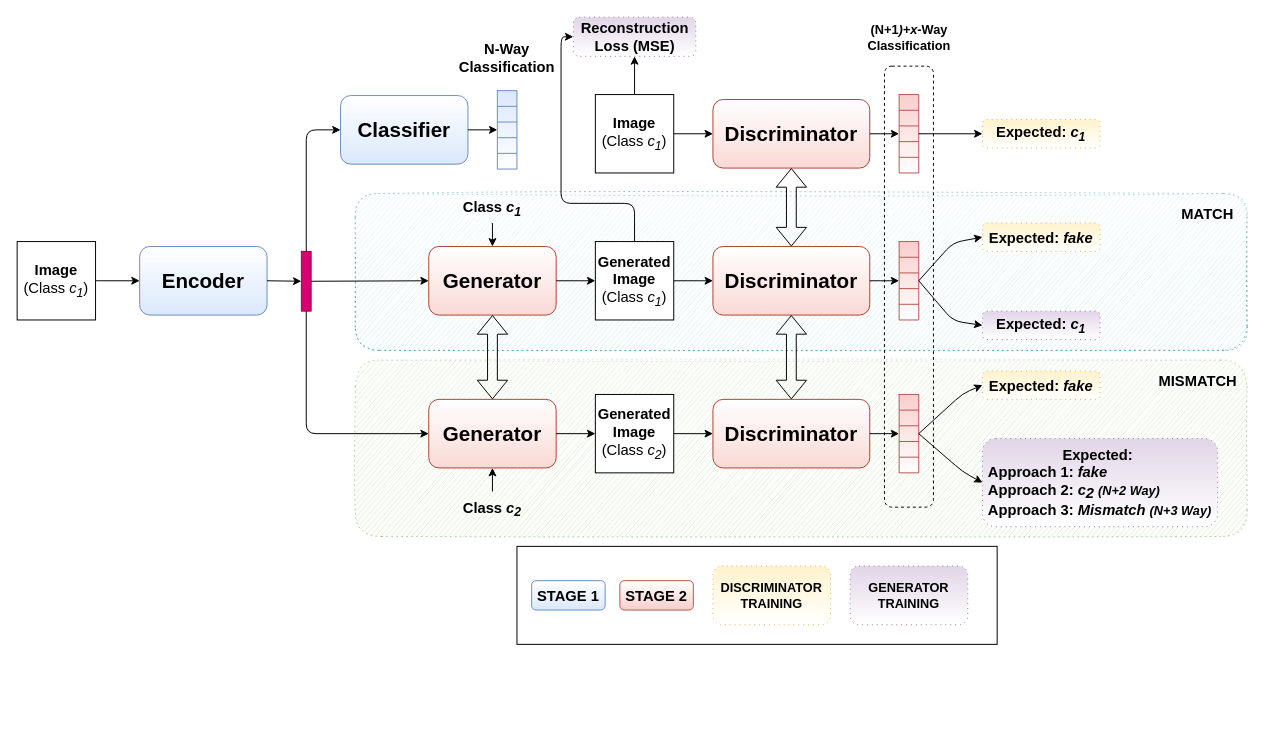
Above: draw/cGAN-OSR.drawio in pranavbudhwant/cGAN-OSR (draw.io), before the change. Source tidied: cells renumbered, new cells numbered last; positions are measured from the earlier drawing's top-left corner, leaving out a move shared by most shapes. Both pictures are drawn from the tidied source at 98%, with x=0, y=0 at pixel (17, 17).
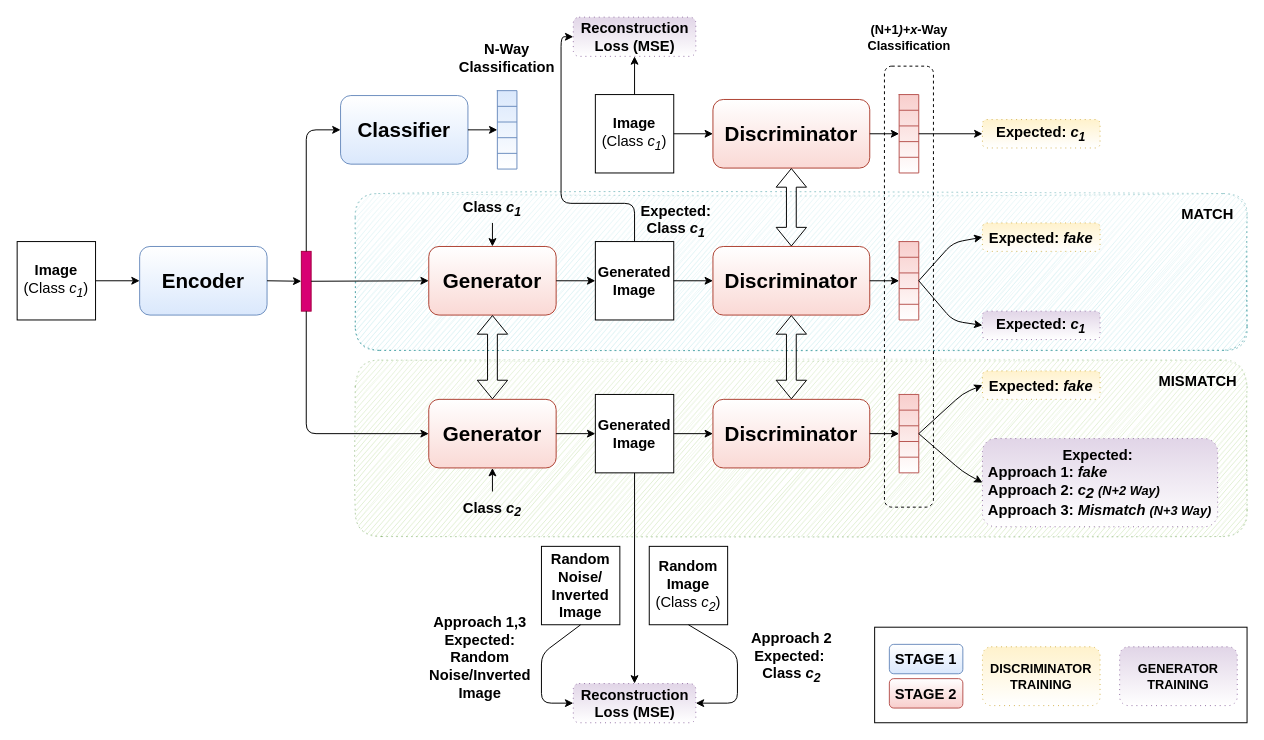
The same diagram, later.

Commit message (it also covers changes not shown here):
Updated cGAN-OSR figure

What changed in the source:
```diff
@@
     <mxCell id="2" style="rounded=0;whiteSpace=wrap;html=1;glass=0;gradientColor=none;" parent="1" vertex="1">
-      <mxGeometry x="510" y="540" width="490" height="100" as="geometry" />
+      <mxGeometry x="875" y="622.5" width="380" height="97.5" as="geometry" />
     </mxCell>
-    <mxCell id="3" style="rounded=1;whiteSpace=wrap;html=1;glass=1;dashed=1;dashPattern=1 4;opacity=20;sketch=1;fillColor=#60a917;strokeColor=#2D7600;fontColor=#ffffff;" parent="1" vertex="1">
+    <mxCell id="3" style="rounded=1;whiteSpace=wrap;html=1;glass=1;dashed=1;dashPattern=1 4;opacity=20;sketch=1;fillColor=#60a917;strokeColor=#2D7600;fontColor=#ffffff;comic=0;" parent="1" vertex="1">
       <mxGeometry x="345" y="350" width="910" height="180" as="geometry" />
     </mxCell>
-    <mxCell id="4" style="rounded=1;whiteSpace=wrap;html=1;dashed=1;dashPattern=1 4;fillColor=#b0e3e6;strokeColor=#0e8088;opacity=50;glass=1;sketch=1;" parent="1" vertex="1">
+    <mxCell id="4" style="rounded=1;whiteSpace=wrap;html=1;dashed=1;dashPattern=1 4;fillColor=#b0e3e6;strokeColor=#0e8088;opacity=50;glass=1;sketch=1;comic=0;" parent="1" vertex="1">
       <mxGeometry x="345" y="180" width="910" height="160" as="geometry" />
     </mxCell>
@@
+    <mxCell id="111" style="edgeStyle=orthogonalEdgeStyle;rounded=0;jettySize=auto;html=1;entryX=0.5;entryY=0;entryDx=0;entryDy=0;" parent="1" edge="1" source="18" target="113">
+      <mxGeometry relative="1" as="geometry" />
+    </mxCell>
-    <mxCell id="18" value="&lt;font style=&quot;font-size: 15px&quot;&gt;&lt;b&gt;Generated&lt;br&gt;Image&lt;/b&gt;&lt;br&gt;(Class &lt;i&gt;c&lt;sub&gt;2&lt;/sub&gt;&lt;/i&gt;)&lt;/font&gt;" style="whiteSpace=wrap;html=1;gradientDirection=east;gradientColor=#ffffff;" parent="1" vertex="1">
+    <mxCell id="18" value="&lt;font style=&quot;font-size: 15px&quot;&gt;&lt;b&gt;Generated&lt;br&gt;Image&lt;/b&gt;&lt;br&gt;&lt;/font&gt;" style="whiteSpace=wrap;html=1;gradientDirection=east;gradientColor=#ffffff;" parent="1" vertex="1">
       <mxGeometry x="590" y="385" width="80" height="80" as="geometry" />
     </mxCell>
@@
-    <mxCell id="29" value="&lt;font style=&quot;font-size: 15px&quot;&gt;&lt;b&gt;Generated&lt;br&gt;Image&lt;/b&gt;&lt;br&gt;(Class &lt;i&gt;c&lt;sub&gt;1&lt;/sub&gt;&lt;/i&gt;)&lt;/font&gt;" style="whiteSpace=wrap;html=1;gradientDirection=east;gradientColor=#ffffff;" parent="1" vertex="1">
+    <mxCell id="29" value="&lt;font style=&quot;font-size: 15px&quot;&gt;&lt;b&gt;Generated&lt;br&gt;Image&lt;/b&gt;&lt;br&gt;&lt;/font&gt;" style="whiteSpace=wrap;html=1;gradientDirection=east;gradientColor=#ffffff;" parent="1" vertex="1">
       <mxGeometry x="590" y="229" width="80" height="80" as="geometry" />
     </mxCell>
@@
     <mxCell id="102" value="&lt;font style=&quot;font-size: 15px&quot;&gt;&lt;b&gt;STAGE 1&lt;/b&gt;&lt;/font&gt;" style="rounded=1;whiteSpace=wrap;html=1;fillColor=#dae8fc;strokeColor=#6c8ebf;gradientDirection=north;gradientColor=#ffffff;" parent="1" vertex="1">
-      <mxGeometry x="525" y="575" width="75" height="30" as="geometry" />
+      <mxGeometry x="890" y="640" width="75" height="30" as="geometry" />
     </mxCell>
     <mxCell id="103" value="&lt;font style=&quot;font-size: 15px&quot;&gt;&lt;b&gt;STAGE 2&lt;/b&gt;&lt;/font&gt;" style="rounded=1;whiteSpace=wrap;html=1;fillColor=#f8cecc;strokeColor=#b85450;gradientDirection=north;gradientColor=#ffffff;" parent="1" vertex="1">
-      <mxGeometry x="615" y="575" width="75" height="30" as="geometry" />
+      <mxGeometry x="890" y="675" width="75" height="30" as="geometry" />
     </mxCell>
     <mxCell id="104" value="&lt;b style=&quot;font-size: 13px&quot;&gt;DISCRIMINATOR&lt;br&gt;TRAINING&lt;/b&gt;" style="rounded=1;whiteSpace=wrap;html=1;fillColor=#fff2cc;strokeColor=#d6b656;dashed=1;dashPattern=1 4;gradientColor=#ffffff;" parent="1" vertex="1">
-      <mxGeometry x="710" y="560" width="120" height="60" as="geometry" />
+      <mxGeometry x="985" y="642.5" width="120" height="60" as="geometry" />
     </mxCell>
     <mxCell id="105" value="&lt;b style=&quot;font-size: 13px&quot;&gt;GENERATOR&lt;br&gt;TRAINING&lt;/b&gt;" style="rounded=1;whiteSpace=wrap;html=1;fillColor=#e1d5e7;strokeColor=#9673a6;dashed=1;dashPattern=1 4;gradientColor=#ffffff;" parent="1" vertex="1">
-      <mxGeometry x="850" y="560" width="120" height="60" as="geometry" />
+      <mxGeometry x="1125" y="642.5" width="120" height="60" as="geometry" />
     </mxCell>
@@
+    <mxCell id="112" value="&lt;b&gt;&lt;span style=&quot;font-size: 15px&quot;&gt;Expected: Class&amp;nbsp;&lt;/span&gt;&lt;i style=&quot;font-size: 15px&quot;&gt;c&lt;sub&gt;1&lt;/sub&gt;&lt;/i&gt;&lt;/b&gt;" style="text;html=1;strokeColor=none;fillColor=none;align=center;verticalAlign=middle;whiteSpace=wrap;rounded=0;comic=0;" parent="1" vertex="1">
+      <mxGeometry x="625" y="190" width="95" height="35" as="geometry" />
+    </mxCell>
+    <mxCell id="113" value="&lt;font style=&quot;font-size: 15px&quot;&gt;&lt;b&gt;Reconstruction&lt;br&gt;Loss (MSE)&lt;/b&gt;&lt;/font&gt;" style="rounded=1;whiteSpace=wrap;html=1;fillColor=#e1d5e7;strokeColor=#9673a6;gradientColor=#ffffff;dashed=1;dashPattern=1 4;" parent="1" vertex="1">
+      <mxGeometry x="567.5" y="680" width="125" height="40" as="geometry" />
+    </mxCell>
+    <mxCell id="114" value="&lt;font style=&quot;font-size: 15px&quot;&gt;&lt;b&gt;Random Noise/&lt;br&gt;Inverted Image&lt;/b&gt;&lt;br&gt;&lt;/font&gt;" style="whiteSpace=wrap;html=1;gradientDirection=east;gradientColor=#ffffff;" parent="1" vertex="1">
+      <mxGeometry x="535" y="540" width="80" height="80" as="geometry" />
+    </mxCell>
+    <mxCell id="115" value="&lt;font style=&quot;font-size: 15px&quot;&gt;&lt;b&gt;Random&lt;br&gt;Image&lt;/b&gt;&lt;br&gt;(Class&amp;nbsp;&lt;i&gt;c&lt;sub&gt;2&lt;/sub&gt;&lt;/i&gt;)&lt;br&gt;&lt;/font&gt;" style="whiteSpace=wrap;html=1;gradientDirection=east;gradientColor=#ffffff;" parent="1" vertex="1">
+      <mxGeometry x="645" y="540" width="80" height="80" as="geometry" />
+    </mxCell>
+    <mxCell id="116" style="endArrow=classic;html=1;exitX=0.5;exitY=1;exitDx=0;exitDy=0;entryX=0;entryY=0.5;entryDx=0;entryDy=0;" parent="1" edge="1" source="114" target="113">
+      <mxGeometry relative="1" as="geometry">
+        <Array as="points">
+          <mxPoint x="535" y="650" />
+          <mxPoint x="535" y="700" />
+        </Array>
+      </mxGeometry>
+    </mxCell>
+    <mxCell id="117" style="endArrow=classic;html=1;exitX=0.5;exitY=1;exitDx=0;exitDy=0;entryX=1;entryY=0.5;entryDx=0;entryDy=0;" parent="1" edge="1" source="115" target="113">
+      <mxGeometry relative="1" as="geometry">
+        <Array as="points">
+          <mxPoint x="735" y="650" />
+          <mxPoint x="735" y="700" />
+        </Array>
+      </mxGeometry>
+    </mxCell>
+    <mxCell id="118" value="&lt;font style=&quot;font-size: 15px&quot;&gt;&lt;b&gt;Approach 1,3&lt;br&gt;Expected: Random Noise/Inverted Image&lt;/b&gt;&lt;/font&gt;" style="text;html=1;strokeColor=none;fillColor=none;align=center;verticalAlign=middle;whiteSpace=wrap;rounded=0;comic=0;" parent="1" vertex="1">
+      <mxGeometry x="425" y="610" width="95" height="85" as="geometry" />
+    </mxCell>
+    <mxCell id="119" value="&lt;font style=&quot;font-size: 15px&quot;&gt;&lt;b&gt;Approach 2&lt;br&gt;Expected:&amp;nbsp;&lt;br&gt;Class &lt;i&gt;c&lt;sub&gt;2&lt;/sub&gt;&lt;/i&gt;&lt;/b&gt;&lt;br&gt;&lt;/font&gt;" style="text;html=1;strokeColor=none;fillColor=none;align=center;verticalAlign=middle;whiteSpace=wrap;rounded=0;comic=0;" parent="1" vertex="1">
+      <mxGeometry x="742.5" y="610" width="95" height="85" as="geometry" />
+    </mxCell>
```
